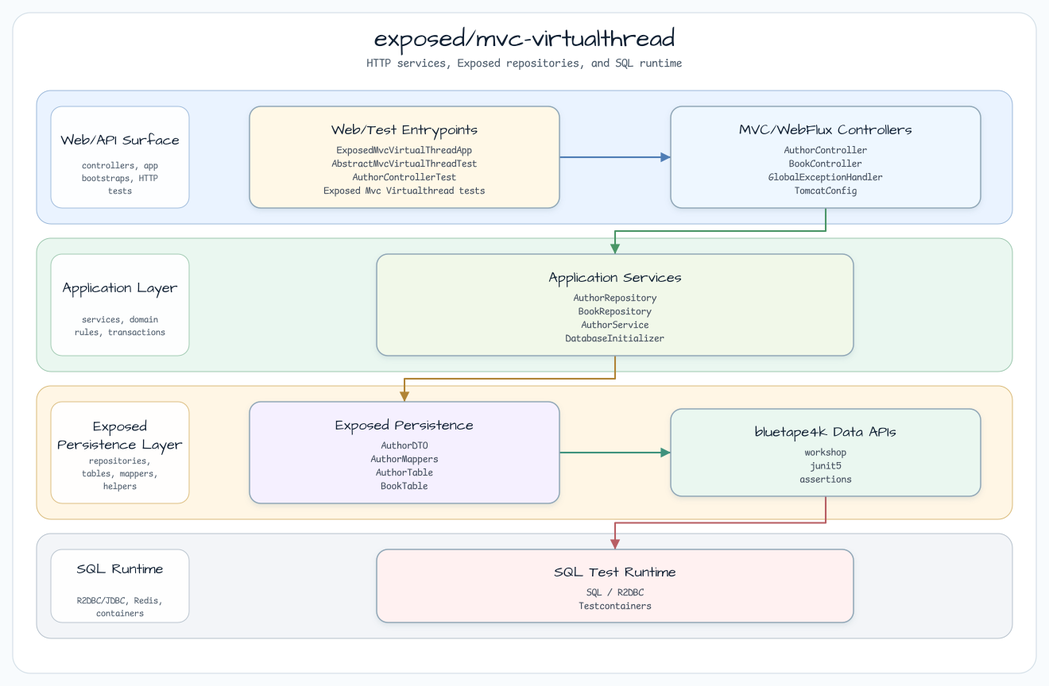
This is docs/images/readme-diagrams/exposed-mvc-virtualthread-readme-architecture-01.png from bluetape4k/bluetape4k-workshop, a Graphviz export, as it was before one commit. Its source is kept beside it as docs/images/readme-diagrams/exposed-mvc-virtualthread-readme-architecture-01.dot.
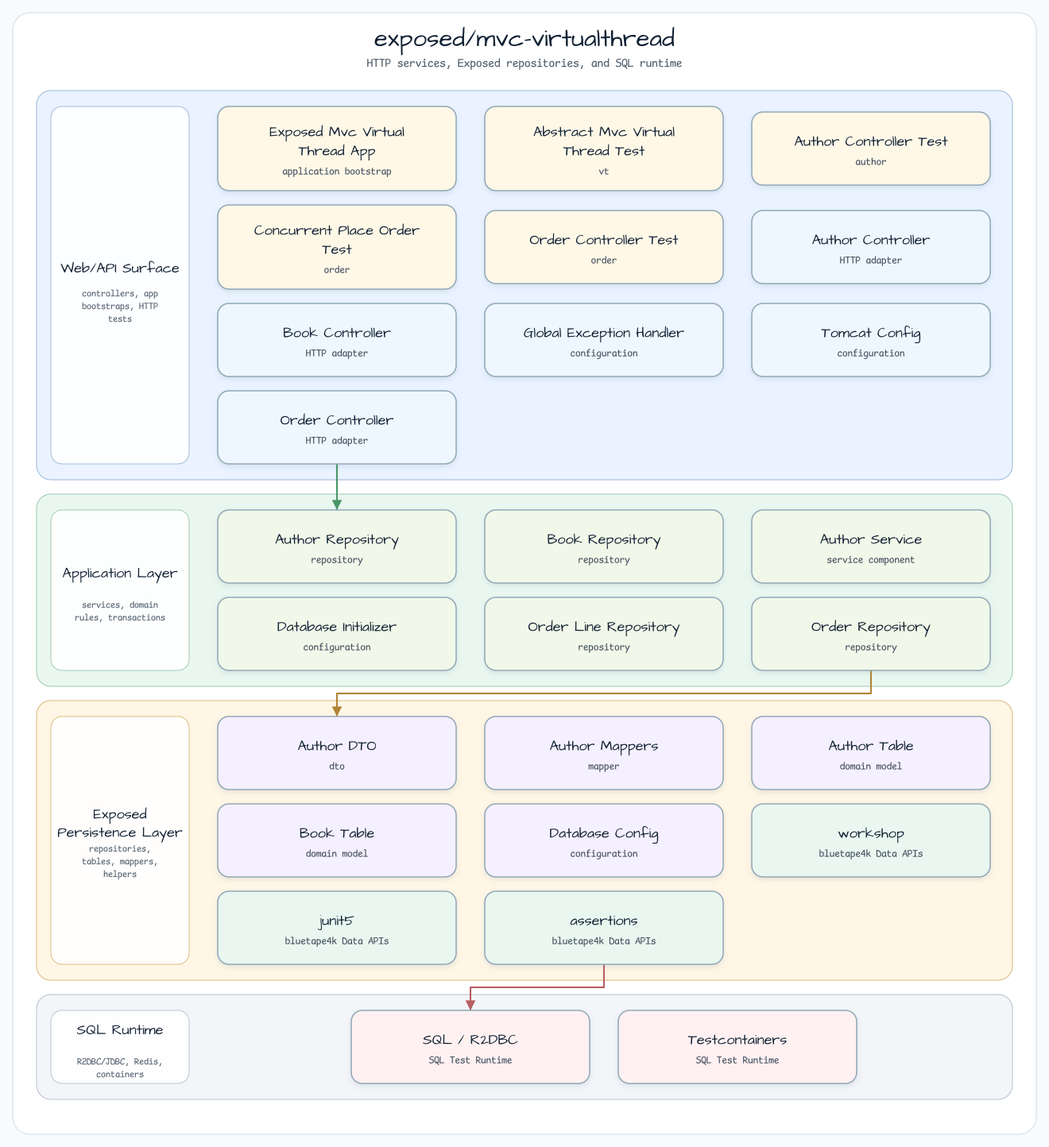
After the change.

The edit, as a diff of the source:
```diff
@@ -26,16 +26,34 @@
     fontsize=11
   ];
 
-  entry [label="Web/Test Entrypoints\nExposedMvcVirtualThreadApp\nAbstractMvcVirtualThreadTest\nAuthorControllerTest\nExposed Mvc Virtualthread tests", fillcolor="#FFF8E7"];
-  api [label="MVC/WebFlux Controllers\nAuthorController\nBookController\nGlobalExceptionHandler\nTomcatConfig", fillcolor="#EEF7FF"];
-  service [label="Application Services\nAuthorRepository\nBookRepository\nAuthorService\nDatabaseInitializer", fillcolor="#F1F8E9"];
-  infra [label="Exposed Persistence\nAuthorDTO\nAuthorMappers\nAuthorTable\nBookTable", fillcolor="#F5F0FF"];
-  bt [label="bluetape4k Data APIs\nworkshop\njunit5\nassertions", fillcolor="#EAF7F0"];
-  runtime [label="SQL Test Runtime\nSQL / R2DBC\nTestcontainers", fillcolor="#FFF1F1"];
+  entry0 [label="Exposed Mvc Virtual Thread App\napplication bootstrap", fillcolor="#FFF8E7"];
+  entry1 [label="Abstract Mvc Virtual Thread Test\nvt", fillcolor="#FFF8E7"];
+  entry2 [label="Author Controller Test\nauthor", fillcolor="#FFF8E7"];
+  entry3 [label="Concurrent Place Order Test\norder", fillcolor="#FFF8E7"];
+  entry4 [label="Order Controller Test\norder", fillcolor="#FFF8E7"];
+  api0 [label="Author Controller\nHTTP adapter", fillcolor="#EEF7FF"];
+  api1 [label="Book Controller\nHTTP adapter", fillcolor="#EEF7FF"];
+  api2 [label="Global Exception Handler\nconfiguration", fillcolor="#EEF7FF"];
+  api3 [label="Tomcat Config\nconfiguration", fillcolor="#EEF7FF"];
+  api4 [label="Order Controller\nHTTP adapter", fillcolor="#EEF7FF"];
+  service0 [label="Author Repository\nrepository", fillcolor="#F1F8E9"];
+  service1 [label="Book Repository\nrepository", fillcolor="#F1F8E9"];
+  service2 [label="Author Service\nservice component", fillcolor="#F1F8E9"];
+  service3 [label="Database Initializer\nconfiguration", fillcolor="#F1F8E9"];
+  service4 [label="Order Line Repository\nrepository", fillcolor="#F1F8E9"];
+  service5 [label="Order Repository\nrepository", fillcolor="#F1F8E9"];
+  infra0 [label="Author DTO\ndto", fillcolor="#F5F0FF"];
+  infra1 [label="Author Mappers\nmapper", fillcolor="#F5F0FF"];
+  infra2 [label="Author Table\ndomain model", fillcolor="#F5F0FF"];
+  infra3 [label="Book Table\ndomain model", fillcolor="#F5F0FF"];
+  infra4 [label="Database Config\nconfiguration", fillcolor="#F5F0FF"];
+  bt0 [label="workshop\nbluetape4k Data APIs", fillcolor="#EAF7F0"];
+  bt1 [label="junit5\nbluetape4k Data APIs", fillcolor="#EAF7F0"];
+  bt2 [label="assertions\nbluetape4k Data APIs", fillcolor="#EAF7F0"];
+  runtime0 [label="SQL / R2DBC\nSQL Test Runtime", fillcolor="#FFF1F1"];
+  runtime1 [label="Testcontainers\nSQL Test Runtime", fillcolor="#FFF1F1"];
 
-  entry -> api [label="invokes"];
-  api -> service [label="delegates"];
-  service -> infra [label="persists / publishes"];
-  infra -> bt [label="extends"];
-  bt -> runtime [label="adapts"];
+  api4 -> service0 [label="delegates"];
+  service5 -> infra0 [label="persists / publishes"];
+  bt2 -> runtime0 [label="adapts"];
 }
```
